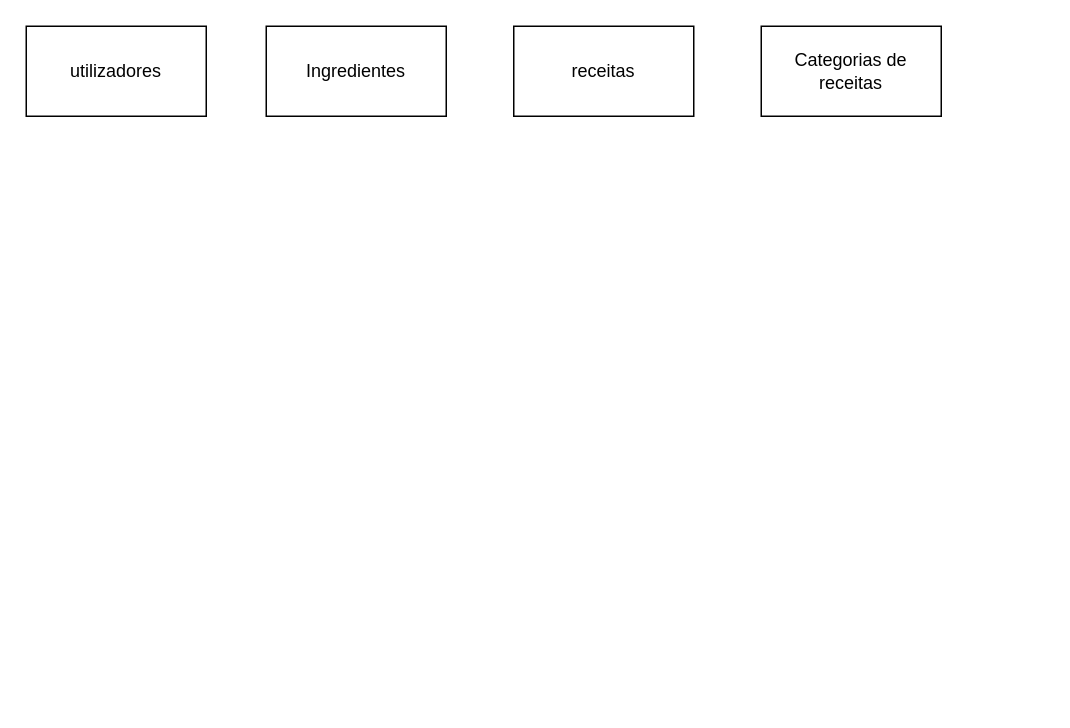
Above: DB/db.drawio in printfDamian/gestao-receitas (draw.io), before the change. Source tidied: cells renumbered, new cells numbered last; positions are measured from the earlier drawing's top-left corner, leaving out a move shared by most shapes. Both pictures are drawn from the tidied source at 150%, with x=0, y=0 at pixel (26, 26).
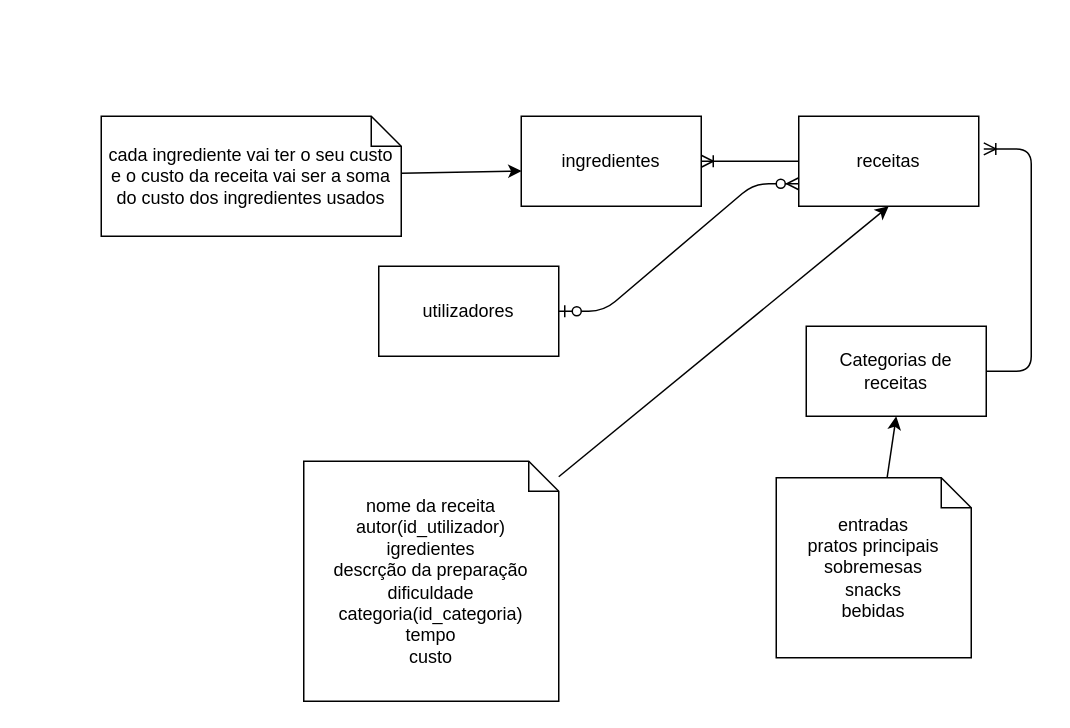
Above is the later version.

Commit message (it also covers changes not shown here):
creation of the main tables for the project

Diff of the diagram source:
```diff
@@
 <mxGraphModel>
   <root>
     <mxCell id="0" />
     <mxCell id="1" parent="0" />
     <mxCell id="2" value="utilizadores" style="whiteSpace=wrap;html=1;" parent="1" vertex="1">
-      <mxGeometry width="120" height="60" as="geometry" />
+      <mxGeometry x="235" y="160" width="120" height="60" as="geometry" />
     </mxCell>
-    <mxCell id="3" value="Ingredientes" style="whiteSpace=wrap;html=1;" parent="1" vertex="1">
-      <mxGeometry x="160" width="120" height="60" as="geometry" />
+    <mxCell id="3" value="ingredientes" style="whiteSpace=wrap;html=1;" parent="1" vertex="1">
+      <mxGeometry x="330" y="60" width="120" height="60" as="geometry" />
     </mxCell>
     <mxCell id="4" value="receitas" style="whiteSpace=wrap;html=1;" parent="1" vertex="1">
-      <mxGeometry x="325" width="120" height="60" as="geometry" />
+      <mxGeometry x="515" y="60" width="120" height="60" as="geometry" />
     </mxCell>
     <mxCell id="5" value="Categorias de receitas" style="whiteSpace=wrap;html=1;" parent="1" vertex="1">
-      <mxGeometry x="490" width="120" height="60" as="geometry" />
+      <mxGeometry x="520" y="200" width="120" height="60" as="geometry" />
     </mxCell>
+    <mxCell id="6" style="edgeStyle=entityRelationEdgeStyle;fontSize=12;html=1;endArrow=ERoneToMany;entryX=1;entryY=0.5;entryDx=0;entryDy=0;exitX=0;exitY=0.5;exitDx=0;exitDy=0;" parent="1" edge="1" source="4" target="3">
+      <mxGeometry relative="1" as="geometry" />
+    </mxCell>
+    <mxCell id="7" style="edgeStyle=entityRelationEdgeStyle;fontSize=12;html=1;endArrow=ERzeroToMany;startArrow=ERzeroToOne;exitX=1;exitY=0.5;exitDx=0;exitDy=0;entryX=0;entryY=0.75;entryDx=0;entryDy=0;" parent="1" edge="1" source="2" target="4">
+      <mxGeometry relative="1" as="geometry" />
+    </mxCell>
+    <mxCell id="8" style="edgeStyle=entityRelationEdgeStyle;fontSize=12;html=1;endArrow=ERoneToMany;entryX=1.028;entryY=0.363;entryDx=0;entryDy=0;entryPerimeter=0;" parent="1" edge="1" source="5" target="4">
+      <mxGeometry relative="1" as="geometry" />
+    </mxCell>
+    <mxCell id="9" style="edgeStyle=none;html=1;entryX=0.5;entryY=1;entryDx=0;entryDy=0;" parent="1" edge="1" source="10" target="5">
+      <mxGeometry relative="1" as="geometry" />
+    </mxCell>
+    <mxCell id="10" value="entradas&lt;br&gt;pratos principais&lt;br&gt;sobremesas&lt;br&gt;snacks&lt;br&gt;bebidas" style="shape=note;size=20;whiteSpace=wrap;html=1;" parent="1" vertex="1">
+      <mxGeometry x="500" y="301" width="130" height="120" as="geometry" />
+    </mxCell>
+    <mxCell id="11" style="edgeStyle=none;html=1;entryX=0.002;entryY=0.608;entryDx=0;entryDy=0;entryPerimeter=0;" parent="1" edge="1" source="12" target="3">
+      <mxGeometry relative="1" as="geometry" />
+    </mxCell>
+    <mxCell id="12" value="cada ingrediente vai ter o seu custo e o custo da receita vai ser a soma do custo dos ingredientes usados" style="shape=note;size=20;whiteSpace=wrap;html=1;" parent="1" vertex="1">
+      <mxGeometry x="50" y="60" width="200" height="80" as="geometry" />
+    </mxCell>
+    <mxCell id="13" style="edgeStyle=none;html=1;entryX=0.5;entryY=1;entryDx=0;entryDy=0;" parent="1" edge="1" source="14" target="4">
+      <mxGeometry relative="1" as="geometry" />
+    </mxCell>
+    <mxCell id="14" value="nome da receita&lt;br&gt;autor(id_utilizador)&lt;br&gt;igredientes&lt;br&gt;descrção da preparação&lt;br&gt;dificuldade&lt;br&gt;categoria(id_categoria)&lt;br&gt;tempo&lt;br&gt;custo" style="shape=note;size=20;whiteSpace=wrap;html=1;" parent="1" vertex="1">
+      <mxGeometry x="185" y="290" width="170" height="160" as="geometry" />
+    </mxCell>
   </root>
 </mxGraphModel>
```
